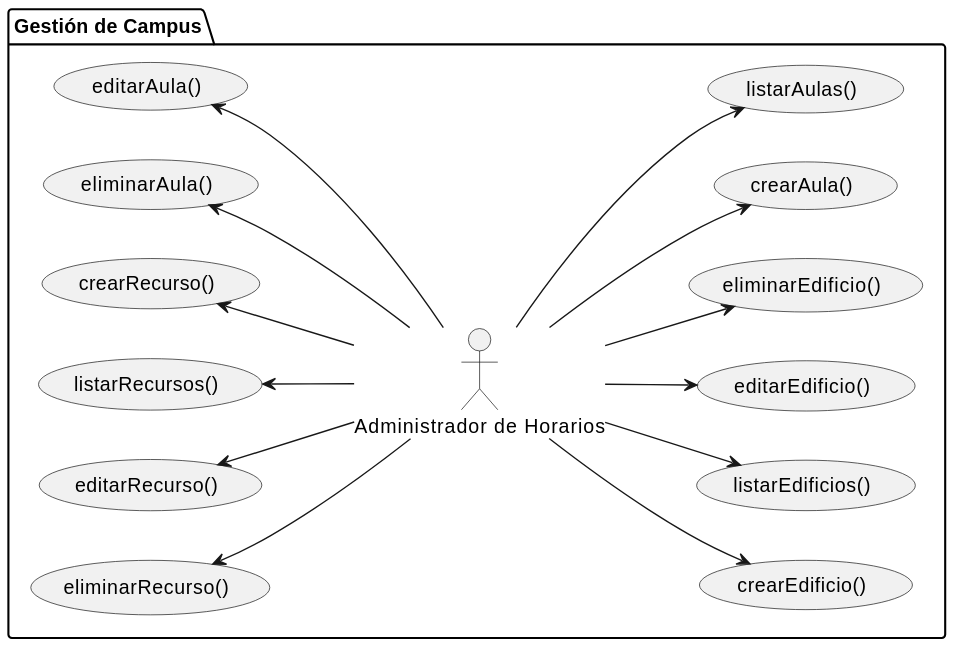
Hexcss/scheduler keeps this PlantUML diagram as images/RUP/00-casos-uso/01-actores-casos-uso/actores-casos-uso-003.svg. Above is the earlier version.
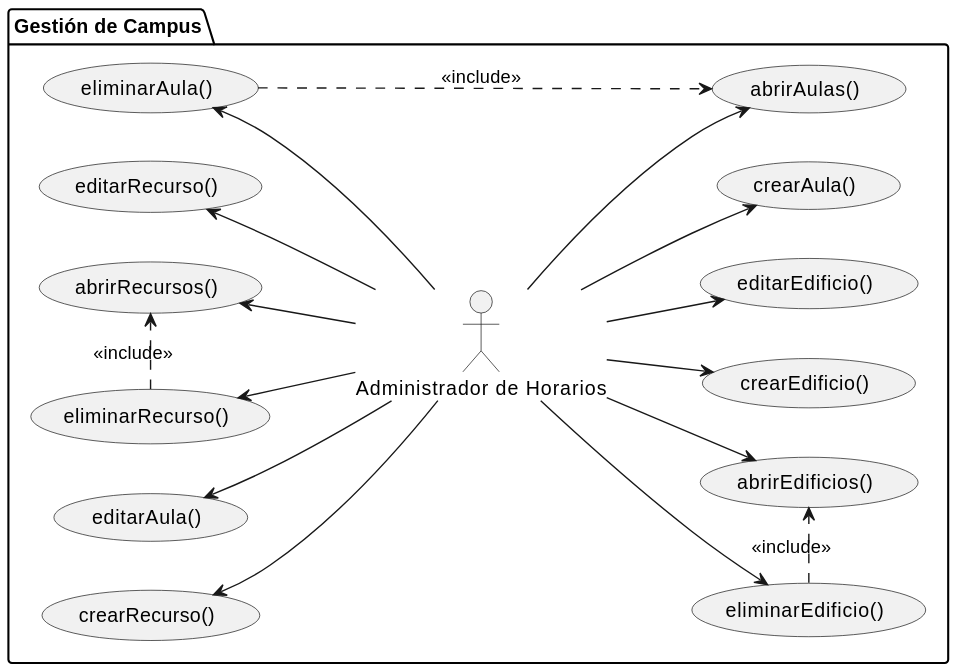
After the commit.

Diff of the diagram source:
```diff
@@ -5,29 +5,33 @@
 package "Gestión de Campus" {
 actor "Administrador de Horarios" as admin
     usecase crearEdificio as "crearEdificio()"
-    usecase listarEdificios as "listarEdificios()"
+    usecase abrirEdificios as "abrirEdificios()"
     usecase editarEdificio as "editarEdificio()"
     usecase eliminarEdificio as "eliminarEdificio()"
     usecase crearAula as "crearAula()"
-    usecase listarAulas as "listarAulas()"
+    usecase abrirAulas as "abrirAulas()"
     usecase editarAula as "editarAula()"
     usecase eliminarAula as "eliminarAula()"
     usecase crearRecurso as "crearRecurso()"
-    usecase listarRecursos as "listarRecursos()"
+    usecase abrirRecursos as "abrirRecursos()"
     usecase editarRecurso as "editarRecurso()"
     usecase eliminarRecurso as "eliminarRecurso()"
 }
 
 admin --> (crearEdificio)
-admin --> (listarEdificios)
+admin --> (abrirEdificios)
 admin --> (editarEdificio)
 admin --> (eliminarEdificio)
 admin --> (crearAula)
-admin --> (listarAulas)
+admin --> (abrirAulas)
 (editarAula) <-- admin
 (eliminarAula) <-- admin
 (crearRecurso) <-- admin
-(listarRecursos) <-- admin
+(abrirRecursos) <-- admin
 (editarRecurso) <-- admin
 (eliminarRecurso) <-- admin
+
+eliminarEdificio .> abrirEdificios : <<include>>
+eliminarAula .> abrirAulas : <<include>>
+eliminarRecurso .> abrirRecursos : <<include>>
 @enduml
```
